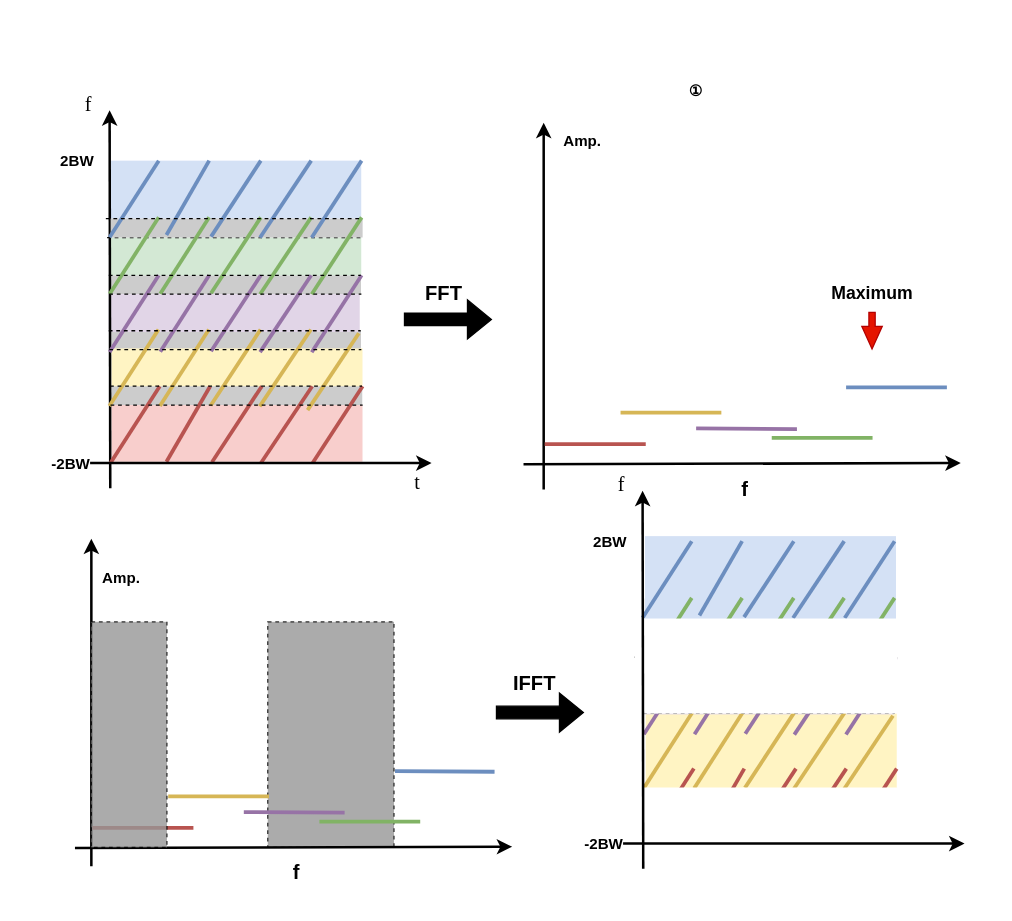
This is 图2.drawio from Haowang2020/draw, a draw.io file, before an edit. Source tidied: cells renumbered, new cells numbered last; positions are measured from the earlier drawing's top-left corner, leaving out a move shared by most shapes. Both pictures are drawn from the tidied source at 126%, with x=0, y=0 at pixel (21, 72).
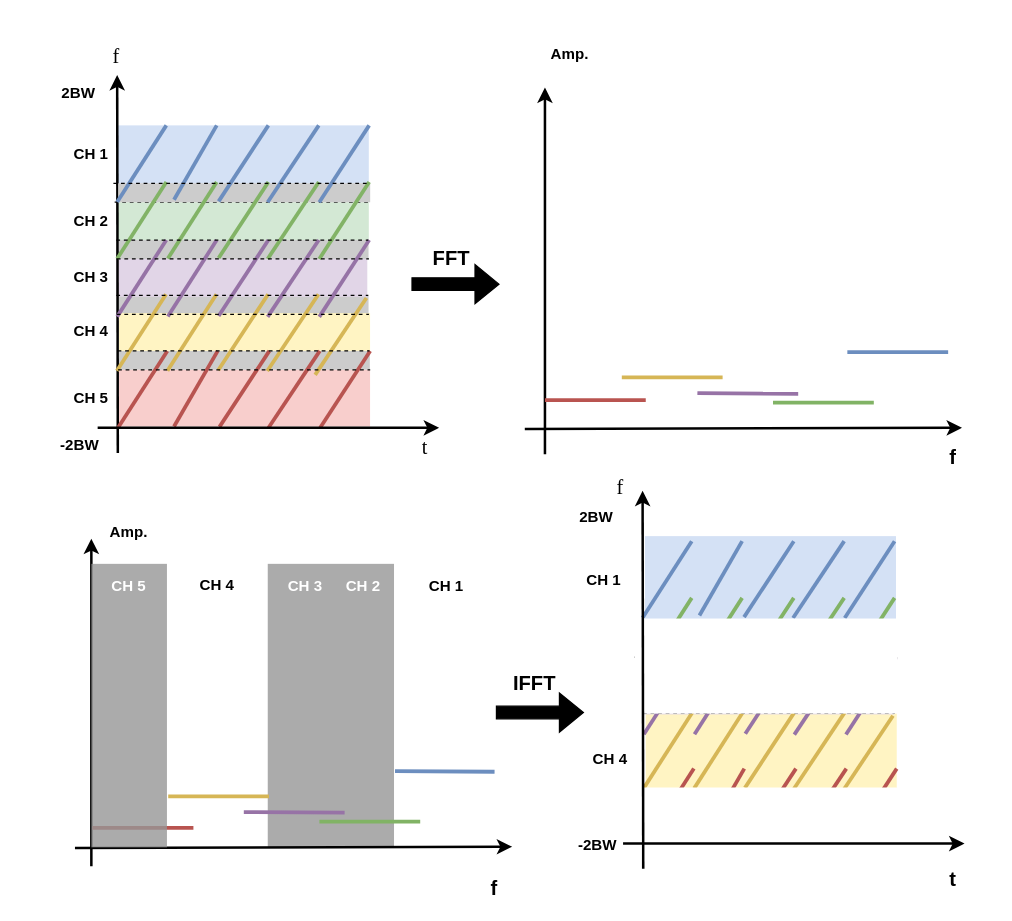
The same diagram, later.

Change to the diagram source:
```diff
@@
-    <mxCell id="2" style="group;strokeColor=default;fillColor=#969696;fontColor=#ffffff;dashed=1;opacity=80;" parent="1" vertex="1">
-      <mxGeometry x="195" y="436" width="100.2" height="179" as="geometry" />
+    <mxCell id="2" style="group;strokeColor=none;fillColor=#969696;fontColor=#ffffff;dashed=1;opacity=80;" parent="1" vertex="1">
+      <mxGeometry x="195" y="390" width="100.2" height="225" as="geometry" />
     </mxCell>
     <mxCell id="3" value="&lt;b&gt;&lt;font style=&quot;font-size: 16px;&quot;&gt;FFT&lt;/font&gt;&lt;/b&gt;" style="text;strokeColor=none;align=center;fillColor=none;html=1;verticalAlign=middle;whiteSpace=wrap;rounded=0;" parent="1" vertex="1">
-      <mxGeometry x="305" y="160" width="60" height="30" as="geometry" />
+      <mxGeometry x="311" y="132" width="60" height="30" as="geometry" />
     </mxCell>
     <mxCell id="4" style="endArrow=classic;html=1;rounded=0;strokeWidth=2;" parent="1" edge="1">
       <mxGeometry relative="1" as="geometry">
-        <mxPoint x="414" y="331" as="sourcePoint" />
-        <mxPoint x="414" y="40" as="targetPoint" />
+        <mxPoint x="415" y="303" as="sourcePoint" />
+        <mxPoint x="415" y="12" as="targetPoint" />
       </mxGeometry>
     </mxCell>
     <mxCell id="5" style="endArrow=classic;html=1;rounded=0;strokeWidth=2;" parent="1" edge="1">
       <mxGeometry relative="1" as="geometry">
-        <mxPoint x="398" y="311" as="sourcePoint" />
-        <mxPoint x="745" y="310" as="targetPoint" />
+        <mxPoint x="399" y="283" as="sourcePoint" />
+        <mxPoint x="746" y="282" as="targetPoint" />
       </mxGeometry>
     </mxCell>
     <mxCell id="6" value="&lt;font face=&quot;Helvetica&quot;&gt;&lt;b&gt;Amp.&lt;/b&gt;&lt;/font&gt;" style="text;strokeColor=none;align=center;fillColor=none;html=1;verticalAlign=middle;whiteSpace=wrap;rounded=0;" parent="1" vertex="1">
-      <mxGeometry x="415" y="40" width="60" height="30" as="geometry" />
+      <mxGeometry x="405" y="-40" width="60" height="52" as="geometry" />
     </mxCell>
     <mxCell id="7" value="&lt;font face=&quot;Helvetica&quot; style=&quot;font-size: 16px;&quot;&gt;&lt;b&gt;f&lt;/b&gt;&lt;/font&gt;" style="text;strokeColor=none;align=center;fillColor=none;html=1;verticalAlign=middle;whiteSpace=wrap;rounded=0;" parent="1" vertex="1">
-      <mxGeometry x="559.8" y="323.5" width="28" height="14.5" as="geometry" />
+      <mxGeometry x="725" y="297.5" width="28" height="14.5" as="geometry" />
     </mxCell>
-    <mxCell id="8" style="endArrow=none;html=1;rounded=0;strokeWidth=3;strokeColor=#b85450;exitX=0.008;exitY=0.972;exitDx=0;exitDy=0;exitPerimeter=0;fillColor=#f8cecc;" parent="1" edge="1">
-      <mxGeometry relative="1" as="geometry">
-        <mxPoint x="414.8" y="295" as="sourcePoint" />
-        <mxPoint x="495" y="295" as="targetPoint" />
-      </mxGeometry>
-    </mxCell>
     <mxCell id="9" style="endArrow=none;html=1;rounded=0;strokeWidth=3;strokeColor=#d6b656;exitX=0.008;exitY=0.972;exitDx=0;exitDy=0;exitPerimeter=0;fillColor=#f8cecc;" parent="1" edge="1">
       <mxGeometry relative="1" as="geometry">
-        <mxPoint x="475" y="270" as="sourcePoint" />
-        <mxPoint x="555" y="270" as="targetPoint" />
+        <mxPoint x="476" y="242" as="sourcePoint" />
+        <mxPoint x="556" y="242" as="targetPoint" />
       </mxGeometry>
     </mxCell>
     <mxCell id="10" style="endArrow=none;html=1;rounded=0;strokeWidth=3;strokeColor=#9773a6;exitX=0.008;exitY=0.972;exitDx=0;exitDy=0;exitPerimeter=0;fillColor=#f8cecc;" parent="1" edge="1">
       <mxGeometry relative="1" as="geometry">
-        <mxPoint x="535" y="282.5" as="sourcePoint" />
-        <mxPoint x="615" y="283" as="targetPoint" />
+        <mxPoint x="536" y="254.5" as="sourcePoint" />
+        <mxPoint x="616" y="255" as="targetPoint" />
       </mxGeometry>
     </mxCell>
     <mxCell id="11" style="endArrow=none;html=1;rounded=0;strokeWidth=3;strokeColor=#81b365;exitX=0.008;exitY=0.972;exitDx=0;exitDy=0;exitPerimeter=0;fillColor=#f8cecc;" parent="1" edge="1">
       <mxGeometry relative="1" as="geometry">
-        <mxPoint x="595" y="290" as="sourcePoint" />
-        <mxPoint x="675" y="290" as="targetPoint" />
+        <mxPoint x="596" y="262" as="sourcePoint" />
+        <mxPoint x="676" y="262" as="targetPoint" />
       </mxGeometry>
     </mxCell>
     <mxCell id="12" style="endArrow=none;html=1;rounded=0;strokeWidth=3;strokeColor=#6c8ebf;exitX=0.008;exitY=0.972;exitDx=0;exitDy=0;exitPerimeter=0;fillColor=#f8cecc;" parent="1" edge="1">
       <mxGeometry relative="1" as="geometry">
-        <mxPoint x="654" y="250" as="sourcePoint" />
-        <mxPoint x="734" y="250" as="targetPoint" />
+        <mxPoint x="655" y="222" as="sourcePoint" />
+        <mxPoint x="735" y="222" as="targetPoint" />
       </mxGeometry>
     </mxCell>
-    <mxCell id="13" value="&lt;b&gt;①&lt;/b&gt;" style="text;strokeColor=none;align=center;fillColor=none;html=1;verticalAlign=middle;whiteSpace=wrap;rounded=0;" parent="1" vertex="1">
-      <mxGeometry x="505" width="60" height="30" as="geometry" />
-    </mxCell>
@@
     <mxCell id="16" value="&lt;font face=&quot;Helvetica&quot;&gt;&lt;b&gt;Amp.&lt;/b&gt;&lt;/font&gt;" style="text;strokeColor=none;align=center;fillColor=none;html=1;verticalAlign=middle;whiteSpace=wrap;rounded=0;" parent="1" vertex="1">
-      <mxGeometry x="49" y="386.5" width="60" height="30" as="geometry" />
+      <mxGeometry x="55" y="350" width="60" height="30" as="geometry" />
     </mxCell>
     <mxCell id="17" value="&lt;font face=&quot;Helvetica&quot; style=&quot;font-size: 16px;&quot;&gt;&lt;b&gt;f&lt;/b&gt;&lt;/font&gt;" style="text;strokeColor=none;align=center;fillColor=none;html=1;verticalAlign=middle;whiteSpace=wrap;rounded=0;" parent="1" vertex="1">
-      <mxGeometry x="203.8" y="628" width="28" height="14.5" as="geometry" />
+      <mxGeometry x="361" y="640" width="28" height="14.5" as="geometry" />
     </mxCell>
@@
-    <mxCell id="23" value="&lt;b&gt;2BW&lt;/b&gt;" style="text;strokeColor=none;align=center;fillColor=none;html=1;verticalAlign=middle;whiteSpace=wrap;rounded=0;" parent="1" vertex="1">
-      <mxGeometry x="13.5" y="55.5" width="60" height="30" as="geometry" />
-    </mxCell>
     <mxCell id="24" value="&lt;font face=&quot;Times New Roman&quot; style=&quot;font-size: 16px;&quot;&gt;f&lt;/font&gt;" style="text;strokeColor=none;align=center;fillColor=none;html=1;verticalAlign=middle;whiteSpace=wrap;rounded=0;" parent="1" vertex="1">
-      <mxGeometry x="22.5" y="10" width="60" height="30" as="geometry" />
+      <mxGeometry x="45" y="-28" width="60" height="30" as="geometry" />
     </mxCell>
     <mxCell id="25" style="rounded=0;whiteSpace=wrap;html=1;strokeColor=none;" parent="1" vertex="1">
-      <mxGeometry y="90" width="200.5" height="10" as="geometry" />
+      <mxGeometry x="6" y="62" width="200.5" height="10" as="geometry" />
     </mxCell>
     <mxCell id="26" style="group;strokeColor=none;" parent="1" vertex="1">
-      <mxGeometry x="29.5" y="30" width="295.5" height="320" as="geometry" />
+      <mxGeometry x="35.5" y="2" width="295.5" height="320" as="geometry" />
     </mxCell>
@@
     <mxCell id="73" value="&lt;b&gt;-2BW&lt;/b&gt;" style="text;strokeColor=none;align=center;fillColor=none;html=1;verticalAlign=middle;whiteSpace=wrap;rounded=0;" parent="26" vertex="1">
-      <mxGeometry x="-20.8" y="266" width="60" height="30" as="geometry" />
+      <mxGeometry x="-19.5" y="279" width="60" height="30" as="geometry" />
     </mxCell>
+    <mxCell id="128" value="&lt;b&gt;CH 1&lt;/b&gt;" style="text;strokeColor=none;align=center;fillColor=none;html=1;verticalAlign=middle;whiteSpace=wrap;rounded=0;" parent="26" vertex="1">
+      <mxGeometry x="-10.5" y="48" width="60" height="30" as="geometry" />
+    </mxCell>
+    <mxCell id="129" value="&lt;b&gt;CH 2&lt;/b&gt;" style="text;strokeColor=none;align=center;fillColor=none;html=1;verticalAlign=middle;whiteSpace=wrap;rounded=0;" parent="26" vertex="1">
+      <mxGeometry x="-10.5" y="101" width="60" height="30" as="geometry" />
+    </mxCell>
+    <mxCell id="130" value="&lt;b&gt;CH 3&lt;/b&gt;" style="text;strokeColor=none;align=center;fillColor=none;html=1;verticalAlign=middle;whiteSpace=wrap;rounded=0;" parent="26" vertex="1">
+      <mxGeometry x="-10.5" y="146" width="60" height="30" as="geometry" />
+    </mxCell>
+    <mxCell id="131" value="&lt;b&gt;CH 4&lt;/b&gt;" style="text;strokeColor=none;align=center;fillColor=none;html=1;verticalAlign=middle;whiteSpace=wrap;rounded=0;" parent="26" vertex="1">
+      <mxGeometry x="-10.5" y="189" width="60" height="30" as="geometry" />
+    </mxCell>
+    <mxCell id="132" value="&lt;b&gt;CH 5&lt;/b&gt;" style="text;strokeColor=none;align=center;fillColor=none;html=1;verticalAlign=middle;whiteSpace=wrap;rounded=0;" parent="26" vertex="1">
+      <mxGeometry x="-10.5" y="241.5" width="60" height="30" as="geometry" />
+    </mxCell>
+    <mxCell id="23" value="&lt;b&gt;2BW&lt;/b&gt;" style="text;strokeColor=none;align=center;fillColor=none;html=1;verticalAlign=middle;whiteSpace=wrap;rounded=0;" parent="26" vertex="1">
+      <mxGeometry x="-20.8" width="60" height="30" as="geometry" />
+    </mxCell>
     <mxCell id="74" value="&lt;font face=&quot;Times New Roman&quot; style=&quot;font-size: 16px;&quot;&gt;t&lt;/font&gt;" style="text;strokeColor=none;align=center;fillColor=none;html=1;verticalAlign=middle;whiteSpace=wrap;rounded=0;" parent="1" vertex="1">
-      <mxGeometry x="284" y="310" width="60" height="30" as="geometry" />
+      <mxGeometry x="290" y="282" width="60" height="30" as="geometry" />
     </mxCell>
-    <mxCell id="75" value="&lt;b style=&quot;&quot;&gt;&lt;font style=&quot;font-size: 14px;&quot;&gt;Maximum&lt;/font&gt;&lt;/b&gt;" style="text;strokeColor=none;align=center;fillColor=none;html=1;verticalAlign=middle;whiteSpace=wrap;rounded=0;" parent="1" vertex="1">
-      <mxGeometry x="645" y="160" width="60" height="30" as="geometry" />
-    </mxCell>
-    <mxCell id="76" style="shape=flexArrow;endArrow=classic;html=1;rounded=0;width=5;endSize=5.670000000000001;endWidth=10.241379310344827;fillColor=#e51400;strokeColor=#B20000;" parent="1" edge="1">
-      <mxGeometry relative="1" as="geometry">
-        <mxPoint x="674.6" y="190" as="sourcePoint" />
-        <mxPoint x="674.6" y="220" as="targetPoint" />
-      </mxGeometry>
-    </mxCell>
@@
     <mxCell id="78" value="&lt;b&gt;2BW&lt;/b&gt;" style="text;strokeColor=none;align=center;fillColor=none;html=1;verticalAlign=middle;whiteSpace=wrap;rounded=0;" parent="1" vertex="1">
-      <mxGeometry x="436.5" y="357.5" width="60" height="30" as="geometry" />
+      <mxGeometry x="426" y="338" width="60" height="30" as="geometry" />
     </mxCell>
     <mxCell id="79" value="&lt;font face=&quot;Times New Roman&quot; style=&quot;font-size: 16px;&quot;&gt;f&lt;/font&gt;" style="text;strokeColor=none;align=center;fillColor=none;html=1;verticalAlign=middle;whiteSpace=wrap;rounded=0;" parent="1" vertex="1">
-      <mxGeometry x="445.5" y="312" width="60" height="30" as="geometry" />
+      <mxGeometry x="445" y="300" width="60" height="57.5" as="geometry" />
     </mxCell>
@@
     <mxCell id="93" value="&lt;b&gt;-2BW&lt;/b&gt;" style="text;strokeColor=none;align=center;fillColor=none;html=1;verticalAlign=middle;whiteSpace=wrap;rounded=0;" parent="1" vertex="1">
-      <mxGeometry x="431.8" y="598" width="60" height="30" as="geometry" />
+      <mxGeometry x="426.8" y="599" width="60" height="30" as="geometry" />
     </mxCell>
     <mxCell id="94" style="shape=flexArrow;endArrow=classic;html=1;rounded=0;fillColor=#000000;strokeColor=#000000;" parent="1" edge="1">
       <mxGeometry relative="1" as="geometry">
-        <mxPoint x="303" y="196" as="sourcePoint" />
-        <mxPoint x="373" y="196" as="targetPoint" />
+        <mxPoint x="309" y="168" as="sourcePoint" />
+        <mxPoint x="379" y="168" as="targetPoint" />
       </mxGeometry>
     </mxCell>
@@
-    <mxCell id="96" style="group;strokeColor=default;fillColor=#969696;fontColor=#ffffff;dashed=1;opacity=80;" parent="1" vertex="1">
-      <mxGeometry x="55" y="436" width="60" height="179" as="geometry" />
+    <mxCell id="96" style="group;strokeColor=none;fillColor=#969696;fontColor=#ffffff;dashed=1;opacity=80;" parent="1" vertex="1">
+      <mxGeometry x="55" y="390" width="60" height="225" as="geometry" />
     </mxCell>
@@
+    <mxCell id="133" style="endArrow=none;html=1;rounded=0;strokeWidth=3;strokeColor=#b95450;exitX=0.008;exitY=0.972;exitDx=0;exitDy=0;exitPerimeter=0;fillColor=#f8cecc;" parent="1" edge="1">
+      <mxGeometry relative="1" as="geometry">
+        <mxPoint x="415" y="260" as="sourcePoint" />
+        <mxPoint x="495" y="260" as="targetPoint" />
+      </mxGeometry>
+    </mxCell>
+    <mxCell id="134" value="&lt;font style=&quot;font-size: 16px;&quot;&gt;&lt;b style=&quot;&quot;&gt;t&lt;/b&gt;&lt;/font&gt;" style="text;strokeColor=none;align=center;fillColor=none;html=1;verticalAlign=middle;whiteSpace=wrap;rounded=0;" parent="1" vertex="1">
+      <mxGeometry x="709" y="624.5" width="60" height="30" as="geometry" />
+    </mxCell>
+    <mxCell id="135" style="endArrow=none;html=1;rounded=0;strokeWidth=3;strokeColor=#6c8ebf;exitX=0.127;exitY=0.984;exitDx=0;exitDy=0;exitPerimeter=0;fillColor=#dae8fc;" parent="1" edge="1">
+      <mxGeometry relative="1" as="geometry">
+        <mxPoint x="634.9" y="40.7" as="sourcePoint" />
+        <mxPoint x="635.3" y="40" as="targetPoint" />
+      </mxGeometry>
+    </mxCell>
+    <mxCell id="136" style="endArrow=none;html=1;rounded=0;strokeWidth=3;strokeColor=#b85450;exitX=0.127;exitY=0.984;exitDx=0;exitDy=0;exitPerimeter=0;fillColor=#f8cecc;" parent="1" edge="1">
+      <mxGeometry relative="1" as="geometry">
+        <mxPoint x="635.6" y="219.7" as="sourcePoint" />
+        <mxPoint x="635.4" y="220" as="targetPoint" />
+      </mxGeometry>
+    </mxCell>
+    <mxCell id="137" value="&lt;b&gt;CH 1&lt;/b&gt;" style="text;strokeColor=none;align=center;fillColor=none;html=1;verticalAlign=middle;whiteSpace=wrap;rounded=0;" parent="1" vertex="1">
+      <mxGeometry x="307" y="393" width="60" height="30" as="geometry" />
+    </mxCell>
+    <mxCell id="138" value="&lt;b&gt;CH 4&lt;/b&gt;" style="text;strokeColor=none;align=center;fillColor=none;html=1;verticalAlign=middle;whiteSpace=wrap;rounded=0;" parent="1" vertex="1">
+      <mxGeometry x="125" y="392" width="60" height="30" as="geometry" />
+    </mxCell>
+    <mxCell id="139" value="&lt;b&gt;&lt;font color=&quot;#ffffff&quot;&gt;CH 2&lt;/font&gt;&lt;/b&gt;" style="text;strokeColor=none;align=center;fillColor=none;html=1;verticalAlign=middle;whiteSpace=wrap;rounded=0;" parent="1" vertex="1">
+      <mxGeometry x="241.2" y="393" width="60" height="30" as="geometry" />
+    </mxCell>
+    <mxCell id="140" value="&lt;b&gt;&lt;font color=&quot;#ffffff&quot;&gt;CH 3&lt;/font&gt;&lt;/b&gt;" style="text;strokeColor=none;align=center;fillColor=none;html=1;verticalAlign=middle;whiteSpace=wrap;rounded=0;" parent="1" vertex="1">
+      <mxGeometry x="195" y="393" width="60" height="30" as="geometry" />
+    </mxCell>
+    <mxCell id="141" value="&lt;b&gt;&lt;font color=&quot;#ffffff&quot;&gt;CH 5&lt;/font&gt;&lt;/b&gt;" style="text;strokeColor=none;align=center;fillColor=none;html=1;verticalAlign=middle;whiteSpace=wrap;rounded=0;" parent="1" vertex="1">
+      <mxGeometry x="55" y="393" width="60" height="30" as="geometry" />
+    </mxCell>
+    <mxCell id="142" value="&lt;b&gt;CH 1&lt;/b&gt;" style="text;strokeColor=none;align=center;fillColor=none;html=1;verticalAlign=middle;whiteSpace=wrap;rounded=0;" parent="1" vertex="1">
+      <mxGeometry x="432.4" y="387.5" width="60" height="30" as="geometry" />
+    </mxCell>
+    <mxCell id="143" value="&lt;b&gt;CH 4&lt;/b&gt;" style="text;strokeColor=none;align=center;fillColor=none;html=1;verticalAlign=middle;whiteSpace=wrap;rounded=0;" parent="1" vertex="1">
+      <mxGeometry x="436.5" y="530" width="60" height="30" as="geometry" />
+    </mxCell>
```
